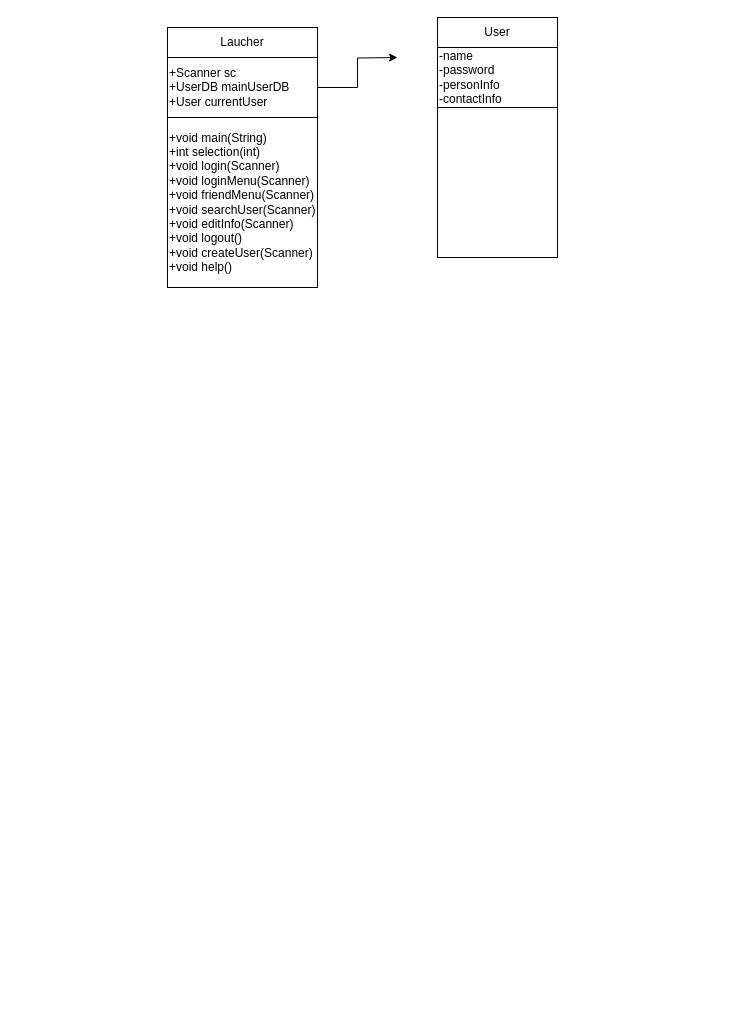
This is Practice/src/FansBook/Untitled Diagram.drawio from Edujesseyang/CIS-D022C, a draw.io file, before an edit. Source tidied: cells renumbered, new cells numbered last; positions are measured from the earlier drawing's top-left corner, leaving out a move shared by most shapes. Both pictures are drawn from the tidied source at 100%, with x=0, y=0 at pixel (167, 17).
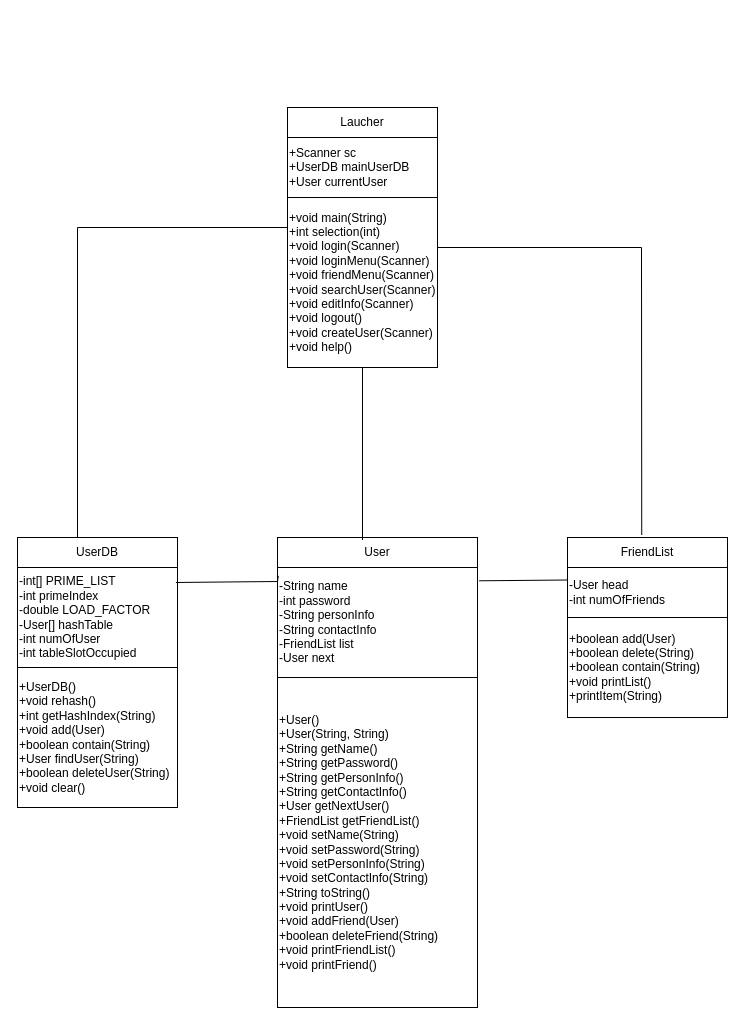
After the change.

Change to the diagram source:
```diff
@@
     <mxCell id="2" value="Laucher" style="rounded=0;whiteSpace=wrap;html=1;" parent="1" vertex="1">
-      <mxGeometry y="10" width="150" height="30" as="geometry" />
+      <mxGeometry x="120" y="90" width="150" height="30" as="geometry" />
     </mxCell>
-    <mxCell id="3" style="edgeStyle=orthogonalEdgeStyle;rounded=0;jettySize=auto;html=1;" parent="1" edge="1" source="4">
-      <mxGeometry relative="1" as="geometry">
-        <mxPoint x="230" y="40" as="targetPoint" />
-      </mxGeometry>
-    </mxCell>
     <mxCell id="4" value="+Scanner sc&lt;div&gt;+UserDB mainUserDB&lt;/div&gt;&lt;div&gt;+User currentUser&lt;/div&gt;" style="rounded=0;whiteSpace=wrap;html=1;align=left;" parent="1" vertex="1">
-      <mxGeometry y="40" width="150" height="60" as="geometry" />
+      <mxGeometry x="120" y="120" width="150" height="60" as="geometry" />
     </mxCell>
     <mxCell id="5" value="+void main(String)&lt;div&gt;+int selection(int)&lt;/div&gt;&lt;div&gt;+void login(Scanner)&lt;/div&gt;&lt;div&gt;+void loginMenu(Scanner)&lt;/div&gt;&lt;div&gt;+void friendMenu(Scanner)&lt;/div&gt;&lt;div&gt;+void searchUser(Scanner)&lt;/div&gt;&lt;div&gt;+void editInfo(Scanner)&lt;/div&gt;&lt;div&gt;+void logout()&lt;/div&gt;&lt;div&gt;+void createUser(Scanner)&lt;/div&gt;&lt;div&gt;+void help()&lt;/div&gt;" style="rounded=0;whiteSpace=wrap;html=1;align=left;" parent="1" vertex="1">
-      <mxGeometry y="100" width="150" height="170" as="geometry" />
+      <mxGeometry x="120" y="180" width="150" height="170" as="geometry" />
     </mxCell>
     <mxCell id="6" value="User" style="rounded=0;whiteSpace=wrap;html=1;" parent="1" vertex="1">
-      <mxGeometry x="270" width="120" height="30" as="geometry" />
+      <mxGeometry x="110" y="520" width="200" height="30" as="geometry" />
     </mxCell>
-    <mxCell id="7" value="-name&lt;div&gt;-password&lt;/div&gt;&lt;div&gt;-personInfo&lt;/div&gt;&lt;div&gt;-contactInfo&lt;/div&gt;" style="rounded=0;whiteSpace=wrap;html=1;align=left;" parent="1" vertex="1">
-      <mxGeometry x="270" y="30" width="120" height="60" as="geometry" />
+    <mxCell id="7" value="-String name&lt;div&gt;-int password&lt;/div&gt;&lt;div&gt;-String personInfo&lt;/div&gt;&lt;div&gt;-String contactInfo&lt;/div&gt;&lt;div&gt;-FriendList list&lt;/div&gt;&lt;div&gt;-User next&lt;/div&gt;" style="rounded=0;whiteSpace=wrap;html=1;align=left;" parent="1" vertex="1">
+      <mxGeometry x="110" y="550" width="200" height="110" as="geometry" />
     </mxCell>
-    <mxCell id="8" style="rounded=0;whiteSpace=wrap;html=1;align=left;" parent="1" vertex="1">
-      <mxGeometry x="270" y="90" width="120" height="150" as="geometry" />
+    <mxCell id="8" value="&lt;div&gt;+User()&lt;/div&gt;&lt;div&gt;+User(String, String)&lt;/div&gt;+String getName()&lt;div&gt;+String getPassword()&lt;/div&gt;&lt;div&gt;+String getPersonInfo()&lt;/div&gt;&lt;div&gt;+String getContactInfo()&lt;/div&gt;&lt;div&gt;+User getNextUser()&lt;/div&gt;&lt;div&gt;+FriendList getFriendList()&lt;/div&gt;&lt;div&gt;+void setName(String)&lt;/div&gt;&lt;div&gt;+void setPassword(String)&lt;/div&gt;&lt;div&gt;+void setPersonInfo(String)&lt;/div&gt;&lt;div&gt;+void setContactInfo(String)&lt;/div&gt;&lt;div&gt;+String toString()&lt;/div&gt;&lt;div&gt;+void printUser()&lt;/div&gt;&lt;div&gt;+void addFriend(User)&lt;/div&gt;&lt;div&gt;+boolean deleteFriend(String)&lt;/div&gt;&lt;div&gt;+void printFriendList()&lt;/div&gt;&lt;div&gt;+void printFriend()&lt;/div&gt;" style="rounded=0;whiteSpace=wrap;html=1;align=left;" parent="1" vertex="1">
+      <mxGeometry x="110" y="660" width="200" height="330" as="geometry" />
     </mxCell>
+    <mxCell id="9" value="FriendList" style="rounded=0;whiteSpace=wrap;html=1;" parent="1" vertex="1">
+      <mxGeometry x="400" y="520" width="160" height="30" as="geometry" />
+    </mxCell>
+    <mxCell id="10" value="-User head&lt;div&gt;-int numOfFriends&lt;/div&gt;" style="rounded=0;whiteSpace=wrap;html=1;align=left;" parent="1" vertex="1">
+      <mxGeometry x="400" y="550" width="160" height="50" as="geometry" />
+    </mxCell>
+    <mxCell id="11" value="+boolean add(User)&lt;div&gt;+boolean delete(String)&lt;/div&gt;&lt;div style=&quot;&quot;&gt;+boolean contain(String)&lt;/div&gt;&lt;div style=&quot;&quot;&gt;+void printList()&lt;/div&gt;&lt;div style=&quot;&quot;&gt;+printItem(String)&lt;/div&gt;" style="rounded=0;whiteSpace=wrap;html=1;align=left;" parent="1" vertex="1">
+      <mxGeometry x="400" y="600" width="160" height="100" as="geometry" />
+    </mxCell>
+    <mxCell id="12" value="UserDB" style="rounded=0;whiteSpace=wrap;html=1;" parent="1" vertex="1">
+      <mxGeometry x="-150" y="520" width="160" height="30" as="geometry" />
+    </mxCell>
+    <mxCell id="13" value="-int[] PRIME_LIST&lt;div&gt;-int primeIndex&lt;/div&gt;&lt;div&gt;-double LOAD_FACTOR&lt;/div&gt;&lt;div&gt;-User[] hashTable&lt;/div&gt;&lt;div&gt;-int numOfUser&lt;/div&gt;&lt;div&gt;-int tableSlotOccupied&lt;/div&gt;" style="rounded=0;whiteSpace=wrap;html=1;align=left;" parent="1" vertex="1">
+      <mxGeometry x="-150" y="550" width="160" height="100" as="geometry" />
+    </mxCell>
+    <mxCell id="14" value="+UserDB()&lt;div&gt;+void rehash()&lt;/div&gt;&lt;div&gt;+int getHashIndex(String)&lt;/div&gt;&lt;div&gt;+void add(User)&lt;/div&gt;&lt;div&gt;+boolean contain(String)&lt;/div&gt;&lt;div&gt;+User findUser(String)&lt;/div&gt;&lt;div&gt;+boolean deleteUser(String)&lt;/div&gt;&lt;div&gt;+void clear()&lt;/div&gt;" style="rounded=0;whiteSpace=wrap;html=1;align=left;" parent="1" vertex="1">
+      <mxGeometry x="-150" y="650" width="160" height="140" as="geometry" />
+    </mxCell>
+    <mxCell id="15" style="endArrow=none;html=1;rounded=0;exitX=0.99;exitY=0.15;exitDx=0;exitDy=0;exitPerimeter=0;entryX=0.004;entryY=0.076;entryDx=0;entryDy=0;entryPerimeter=0;" parent="1" edge="1" source="13" target="7">
+      <mxGeometry relative="1" as="geometry">
+        <Array as="points">
+          <mxPoint x="110" y="564" />
+        </Array>
+      </mxGeometry>
+    </mxCell>
+    <mxCell id="16" style="endArrow=none;html=1;rounded=0;entryX=0;entryY=0.25;entryDx=0;entryDy=0;exitX=1.008;exitY=0.121;exitDx=0;exitDy=0;exitPerimeter=0;" parent="1" edge="1" source="7" target="10">
+      <mxGeometry relative="1" as="geometry" />
+    </mxCell>
+    <mxCell id="17" style="endArrow=none;html=1;rounded=0;exitX=0.375;exitY=0;exitDx=0;exitDy=0;exitPerimeter=0;" parent="1" edge="1" source="12">
+      <mxGeometry relative="1" as="geometry">
+        <mxPoint x="120" y="210" as="targetPoint" />
+        <Array as="points">
+          <mxPoint x="-90" y="210" />
+        </Array>
+      </mxGeometry>
+    </mxCell>
+    <mxCell id="18" style="endArrow=none;html=1;rounded=0;entryX=0.464;entryY=-0.083;entryDx=0;entryDy=0;entryPerimeter=0;" parent="1" edge="1" target="9">
+      <mxGeometry relative="1" as="geometry">
+        <mxPoint x="270" y="230" as="sourcePoint" />
+        <Array as="points">
+          <mxPoint x="474" y="230" />
+        </Array>
+      </mxGeometry>
+    </mxCell>
+    <mxCell id="19" style="endArrow=none;html=1;rounded=0;entryX=0.5;entryY=1;entryDx=0;entryDy=0;exitX=0.425;exitY=0.083;exitDx=0;exitDy=0;exitPerimeter=0;" parent="1" edge="1" source="6" target="5">
+      <mxGeometry relative="1" as="geometry" />
+    </mxCell>
```
